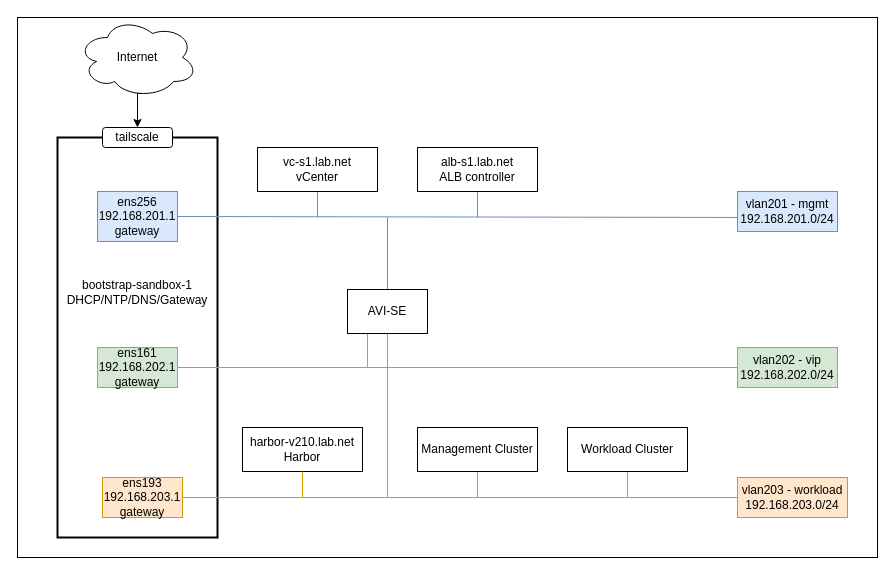
egtm/training-tkgm keeps this draw.io diagram as sandbox.drawio. Above is the earlier version. Source tidied: cells renumbered, new cells numbered last; positions are measured from the earlier drawing's top-left corner, leaving out a move shared by most shapes. Both pictures are drawn from the tidied source at 100%, with x=0, y=0 at pixel (17, 17).
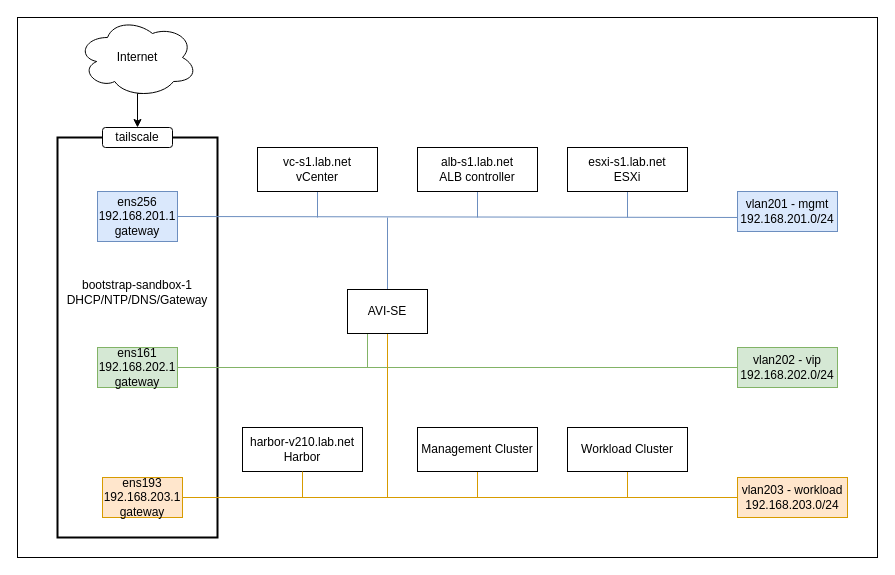
After the change.

The edit, as a diff of the source:
```diff
@@
+    <mxCell id="34" style="edgeStyle=none;html=1;exitX=0.5;exitY=1;exitDx=0;exitDy=0;endArrow=none;endFill=0;fillColor=#dae8fc;strokeColor=#6c8ebf;" parent="1" edge="1" source="35">
+      <mxGeometry relative="1" as="geometry">
+        <mxPoint x="610" y="200" as="targetPoint" />
+      </mxGeometry>
+    </mxCell>
+    <mxCell id="35" value="esxi-s1.lab.net&lt;div&gt;ESXi&lt;/div&gt;" style="rounded=0;whiteSpace=wrap;html=1;" parent="1" vertex="1">
+      <mxGeometry x="550" y="130" width="120" height="44" as="geometry" />
+    </mxCell>
```
